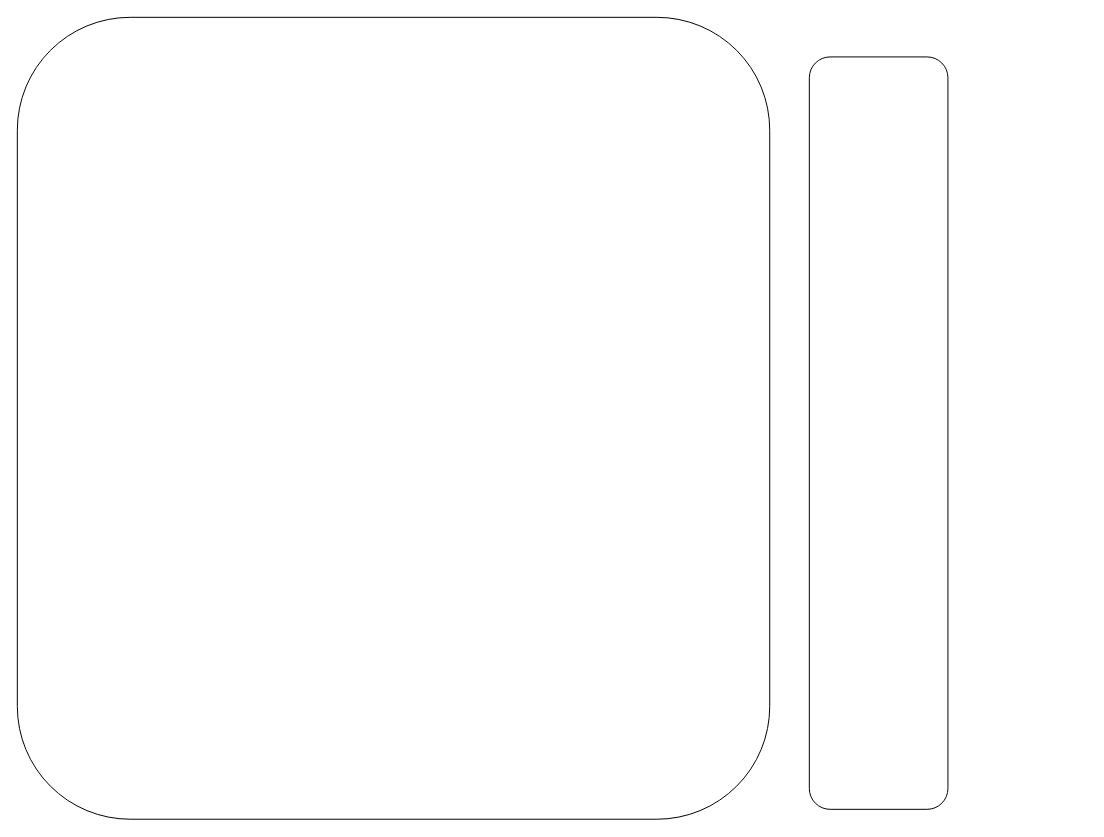
Above: page "Architecture" (2 of 6) of schematy.drawio in pjpawel/pos-iot (draw.io), before the change. Source tidied: cells renumbered, new cells numbered last; positions are measured from the earlier drawing's top-left corner, leaving out a move shared by most shapes. Both pictures are drawn from the tidied source at 99%, with x=0, y=0 at pixel (17, 17).
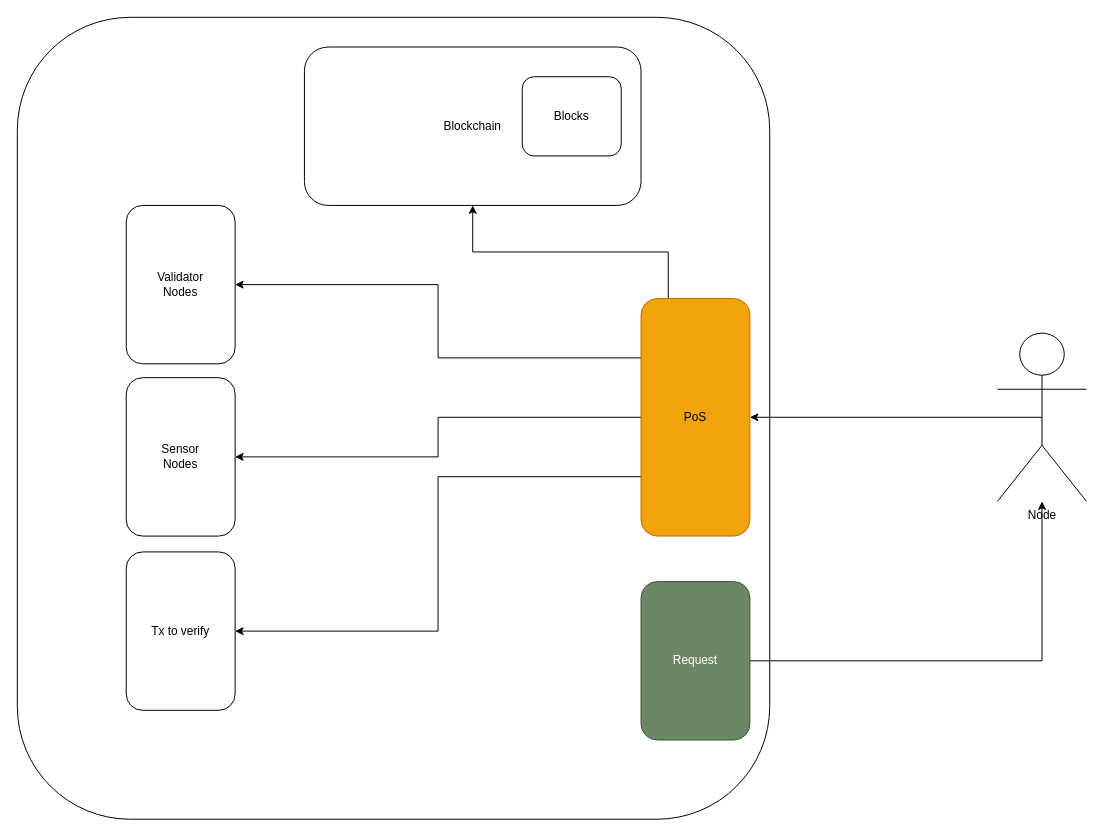
The same diagram, later.

Commit message (it also covers changes not shown here):
Move all to PoS class na rename genesis to node

Diff of the diagram source:
```diff
@@
 <mxGraphModel>
   <root>
     <mxCell id="0" />
     <mxCell id="1" parent="0" />
     <mxCell id="2" style="rounded=1;whiteSpace=wrap;html=1;" parent="1" vertex="1">
       <mxGeometry width="760" height="810" as="geometry" />
     </mxCell>
+    <mxCell id="4" style="edgeStyle=orthogonalEdgeStyle;rounded=0;jettySize=auto;html=1;exitX=0;exitY=0.5;exitDx=0;exitDy=0;entryX=1;entryY=0.5;entryDx=0;entryDy=0;" parent="1" edge="1" source="3" target="11">
+      <mxGeometry relative="1" as="geometry" />
+    </mxCell>
+    <mxCell id="5" style="edgeStyle=orthogonalEdgeStyle;rounded=0;jettySize=auto;html=1;exitX=0.25;exitY=0;exitDx=0;exitDy=0;entryX=0.5;entryY=1;entryDx=0;entryDy=0;" parent="1" edge="1" source="3" target="12">
+      <mxGeometry relative="1" as="geometry" />
+    </mxCell>
+    <mxCell id="6" style="edgeStyle=orthogonalEdgeStyle;rounded=0;jettySize=auto;html=1;exitX=0;exitY=0.25;exitDx=0;exitDy=0;entryX=1;entryY=0.5;entryDx=0;entryDy=0;" parent="1" edge="1" source="3" target="10">
+      <mxGeometry relative="1" as="geometry" />
+    </mxCell>
+    <mxCell id="7" style="edgeStyle=orthogonalEdgeStyle;rounded=0;jettySize=auto;html=1;exitX=0;exitY=0.75;exitDx=0;exitDy=0;entryX=1;entryY=0.5;entryDx=0;entryDy=0;" parent="1" edge="1" source="3" target="14">
+      <mxGeometry relative="1" as="geometry" />
+    </mxCell>
-    <mxCell id="3" style="rounded=1;whiteSpace=wrap;html=1;" parent="1" vertex="1">
-      <mxGeometry x="800" y="40" width="140" height="760" as="geometry" />
+    <mxCell id="3" value="PoS" style="rounded=1;whiteSpace=wrap;html=1;fillColor=#f0a30a;fontColor=#000000;strokeColor=#BD7000;" parent="1" vertex="1">
+      <mxGeometry x="630" y="284" width="110" height="240" as="geometry" />
     </mxCell>
+    <mxCell id="8" style="edgeStyle=orthogonalEdgeStyle;rounded=0;jettySize=auto;html=1;exitX=0.5;exitY=0.5;exitDx=0;exitDy=0;exitPerimeter=0;" parent="1" edge="1" source="9" target="3">
+      <mxGeometry relative="1" as="geometry" />
+    </mxCell>
+    <mxCell id="9" value="Node" style="shape=umlActor;verticalLabelPosition=bottom;verticalAlign=top;html=1;outlineConnect=0;" parent="1" vertex="1">
+      <mxGeometry x="990" y="319" width="90" height="170" as="geometry" />
+    </mxCell>
+    <mxCell id="10" value="Validator&lt;br&gt;Nodes" style="rounded=1;whiteSpace=wrap;html=1;" parent="1" vertex="1">
+      <mxGeometry x="110" y="190" width="110" height="160" as="geometry" />
+    </mxCell>
+    <mxCell id="11" value="Sensor&lt;br&gt;Nodes" style="rounded=1;whiteSpace=wrap;html=1;" parent="1" vertex="1">
+      <mxGeometry x="110" y="364" width="110" height="160" as="geometry" />
+    </mxCell>
+    <mxCell id="12" value="Blockchain" style="rounded=1;whiteSpace=wrap;html=1;align=center;" parent="1" vertex="1">
+      <mxGeometry x="290" y="30" width="340" height="160" as="geometry" />
+    </mxCell>
+    <mxCell id="13" value="Blocks" style="rounded=1;whiteSpace=wrap;html=1;" parent="1" vertex="1">
+      <mxGeometry x="510" y="60" width="100" height="80" as="geometry" />
+    </mxCell>
+    <mxCell id="14" value="Tx to verify" style="rounded=1;whiteSpace=wrap;html=1;" parent="1" vertex="1">
+      <mxGeometry x="110" y="540" width="110" height="160" as="geometry" />
+    </mxCell>
+    <mxCell id="15" style="edgeStyle=orthogonalEdgeStyle;rounded=0;jettySize=auto;html=1;exitX=1;exitY=0.5;exitDx=0;exitDy=0;" parent="1" edge="1" source="16" target="9">
+      <mxGeometry relative="1" as="geometry" />
+    </mxCell>
+    <mxCell id="16" value="Request" style="rounded=1;whiteSpace=wrap;html=1;fillColor=#6d8764;fontColor=#ffffff;strokeColor=#3A5431;" parent="1" vertex="1">
+      <mxGeometry x="630" y="570" width="110" height="160" as="geometry" />
+    </mxCell>
   </root>
 </mxGraphModel>
```
